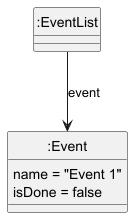
Before: docs/images/MarkEventObjectDiagram1.png, a diagram exported from PlantUML (nus-cs2113-AY2425S1/tp).
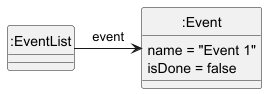
After the change.

The edit, as a diff of the source:
```diff
@@ -10,6 +10,6 @@
     isDone = false
 }
 
-":EventList" --> ":Event" : event
+":EventList" -> ":Event" : event
 
 @enduml
```
